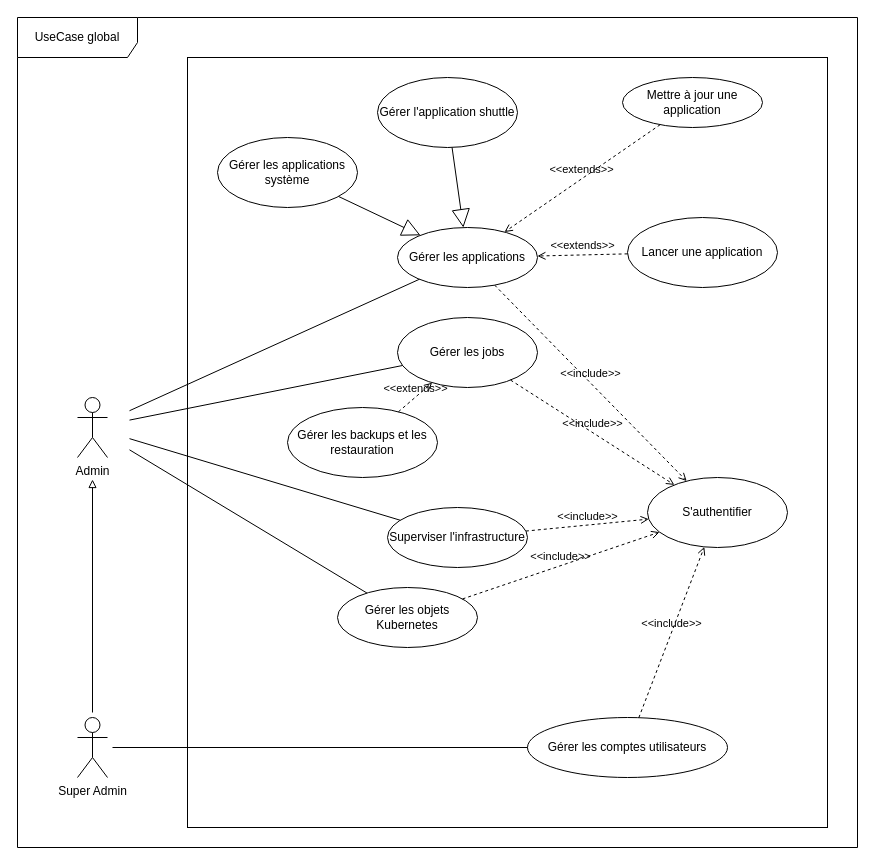
The draw.io diagram page "usecase_globale" (4 of 14) of Untitled Diagram.drawio in Samet-MohamedAmin/rapport_pfe, before the edit. Source tidied: cells renumbered, new cells numbered last; positions are measured from the earlier drawing's top-left corner, leaving out a move shared by most shapes. Both pictures are drawn from the tidied source at 100%, with x=0, y=0 at pixel (17, 17).
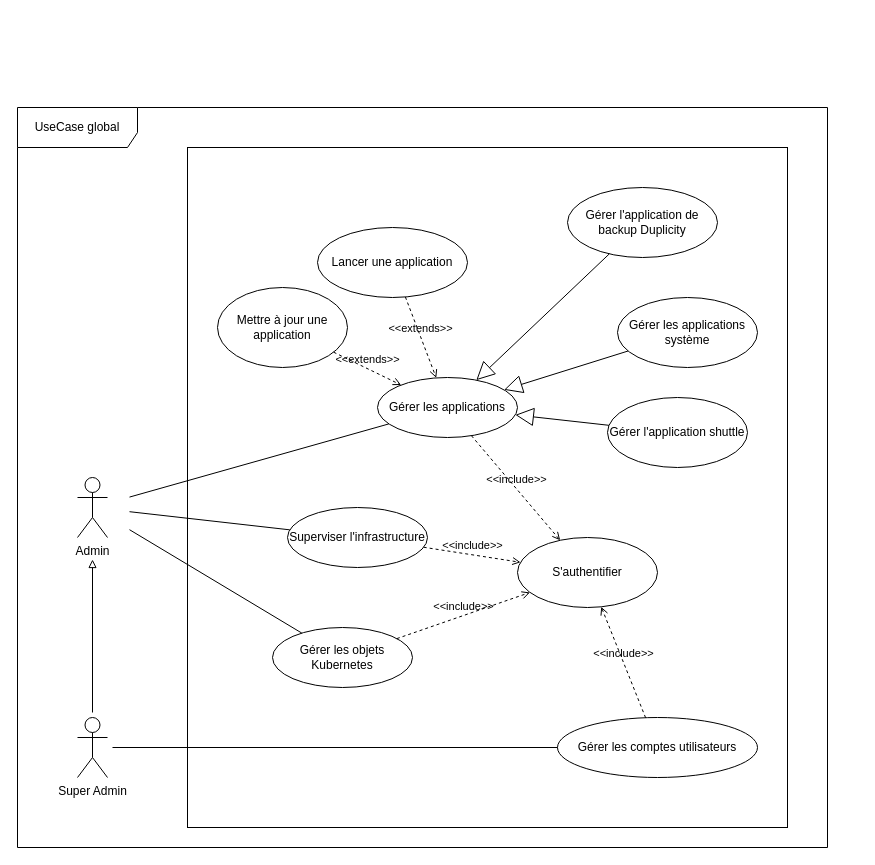
The same page after the edit.

What changed in the source:
```diff
@@
     <mxCell id="2" value="UseCase global" style="shape=umlFrame;whiteSpace=wrap;html=1;width=120;height=40;" parent="1" vertex="1">
-      <mxGeometry width="840" height="830" as="geometry" />
+      <mxGeometry y="90" width="810" height="740" as="geometry" />
     </mxCell>
@@
     <mxCell id="4" value="Admin" style="shape=umlActor;verticalLabelPosition=bottom;labelBackgroundColor=#ffffff;verticalAlign=top;html=1;shadow=0;perimeterSpacing=22;strokeWidth=1;" parent="1" vertex="1">
-      <mxGeometry x="60" y="380" width="30" height="60" as="geometry" />
+      <mxGeometry x="60" y="460" width="30" height="60" as="geometry" />
     </mxCell>
@@
     <mxCell id="6" style="rounded=0;whiteSpace=wrap;html=1;shadow=0;strokeWidth=1;" parent="1" vertex="1">
-      <mxGeometry x="170" y="40" width="640" height="770" as="geometry" />
+      <mxGeometry x="170" y="130" width="600" height="680" as="geometry" />
     </mxCell>
     <mxCell id="7" value="Lancer une application" style="ellipse;whiteSpace=wrap;html=1;shadow=0;strokeWidth=1;" parent="1" vertex="1">
-      <mxGeometry x="610" y="200" width="150" height="70" as="geometry" />
+      <mxGeometry x="300" y="210" width="150" height="70" as="geometry" />
     </mxCell>
     <mxCell id="8" value="Gérer les objets Kubernetes" style="ellipse;whiteSpace=wrap;html=1;shadow=0;strokeWidth=1;" parent="1" vertex="1">
-      <mxGeometry x="320" y="570" width="140" height="60" as="geometry" />
+      <mxGeometry x="255" y="610" width="140" height="60" as="geometry" />
     </mxCell>
     <mxCell id="9" value="Mettre à jour une application" style="ellipse;whiteSpace=wrap;html=1;shadow=0;strokeWidth=1;" parent="1" vertex="1">
-      <mxGeometry x="605" y="60" width="140" height="50" as="geometry" />
+      <mxGeometry x="200" y="270" width="130" height="80" as="geometry" />
     </mxCell>
     <mxCell id="10" value="Superviser l'infrastructure" style="ellipse;whiteSpace=wrap;html=1;shadow=0;strokeWidth=1;" parent="1" vertex="1">
-      <mxGeometry x="370" y="490" width="140" height="60" as="geometry" />
+      <mxGeometry x="270" y="490" width="140" height="60" as="geometry" />
     </mxCell>
     <mxCell id="11" value="Gérer les comptes utilisateurs" style="ellipse;whiteSpace=wrap;html=1;shadow=0;strokeWidth=1;" parent="1" vertex="1">
-      <mxGeometry x="510" y="700" width="200" height="60" as="geometry" />
+      <mxGeometry x="540" y="700" width="200" height="60" as="geometry" />
     </mxCell>
     <mxCell id="12" value="S'authentifier" style="ellipse;whiteSpace=wrap;html=1;shadow=0;strokeWidth=1;" parent="1" vertex="1">
-      <mxGeometry x="630" y="460" width="140" height="70" as="geometry" />
+      <mxGeometry x="500" y="520" width="140" height="70" as="geometry" />
     </mxCell>
@@
     <mxCell id="21" value="Gérer les applications" style="ellipse;whiteSpace=wrap;html=1;" parent="1" vertex="1">
-      <mxGeometry x="380" y="210" width="140" height="60" as="geometry" />
+      <mxGeometry x="360" y="360" width="140" height="60" as="geometry" />
     </mxCell>
@@
-    <mxCell id="25" value="Gérer les backups et les restauration" style="ellipse;whiteSpace=wrap;html=1;" parent="1" vertex="1">
-      <mxGeometry x="270" y="390" width="150" height="70" as="geometry" />
+    <mxCell id="25" value="Gérer l'application de backup Duplicity" style="ellipse;whiteSpace=wrap;html=1;" parent="1" vertex="1">
+      <mxGeometry x="550" y="170" width="150" height="70" as="geometry" />
     </mxCell>
-    <mxCell id="26" value="Gérer les jobs" style="ellipse;whiteSpace=wrap;html=1;" parent="1" vertex="1">
-      <mxGeometry x="380" y="300" width="140" height="70" as="geometry" />
-    </mxCell>
-    <mxCell id="27" style="endArrow=none;html=1;" parent="1" edge="1" source="4" target="26">
-      <mxGeometry relative="1" as="geometry" />
-    </mxCell>
-    <mxCell id="28" value="&amp;lt;&amp;lt;include&amp;gt;&amp;gt;" style="edgeStyle=none;html=1;endArrow=open;verticalAlign=bottom;dashed=1;labelBackgroundColor=none;" parent="1" edge="1" source="26" target="12">
-      <mxGeometry relative="1" as="geometry" />
-    </mxCell>
-    <mxCell id="29" value="&amp;lt;&amp;lt;extends&amp;gt;&amp;gt;" style="edgeStyle=none;html=1;endArrow=open;verticalAlign=bottom;dashed=1;labelBackgroundColor=none;" parent="1" edge="1" source="25" target="26">
-      <mxGeometry relative="1" as="geometry" />
-    </mxCell>
     <mxCell id="30" value="Gérer les applications système" style="ellipse;whiteSpace=wrap;html=1;" parent="1" vertex="1">
-      <mxGeometry x="200" y="120" width="140" height="70" as="geometry" />
+      <mxGeometry x="600" y="280" width="140" height="70" as="geometry" />
     </mxCell>
     <mxCell id="31" value="Gérer l'application shuttle" style="ellipse;whiteSpace=wrap;html=1;" parent="1" vertex="1">
-      <mxGeometry x="360" y="60" width="140" height="70" as="geometry" />
+      <mxGeometry x="590" y="380" width="140" height="70" as="geometry" />
     </mxCell>
@@
+    <mxCell id="34" style="endArrow=block;html=1;endFill=0;endSize=16;" parent="1" edge="1" source="25" target="21">
+      <mxGeometry relative="1" as="geometry" />
+    </mxCell>
```
